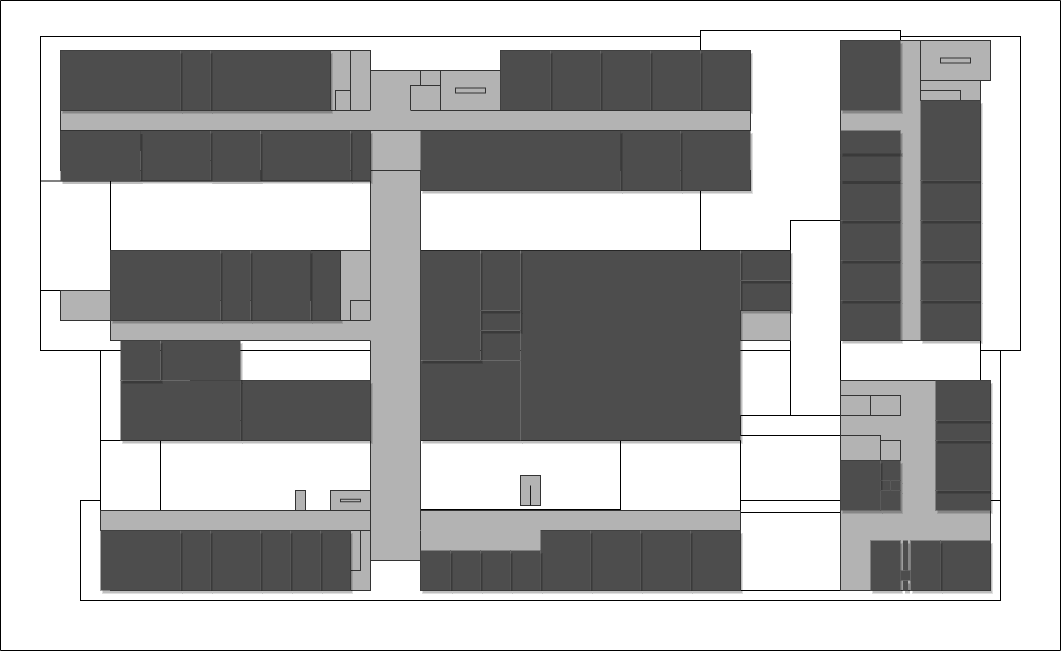
The draw.io diagram src/ask_map/images/1F.drawio.png in OMEGA-himajin/ask-map, before a commit. Source tidied: cells renumbered, new cells last; positions are measured from the earlier drawing's top-left corner, leaving out a move shared by most shapes.
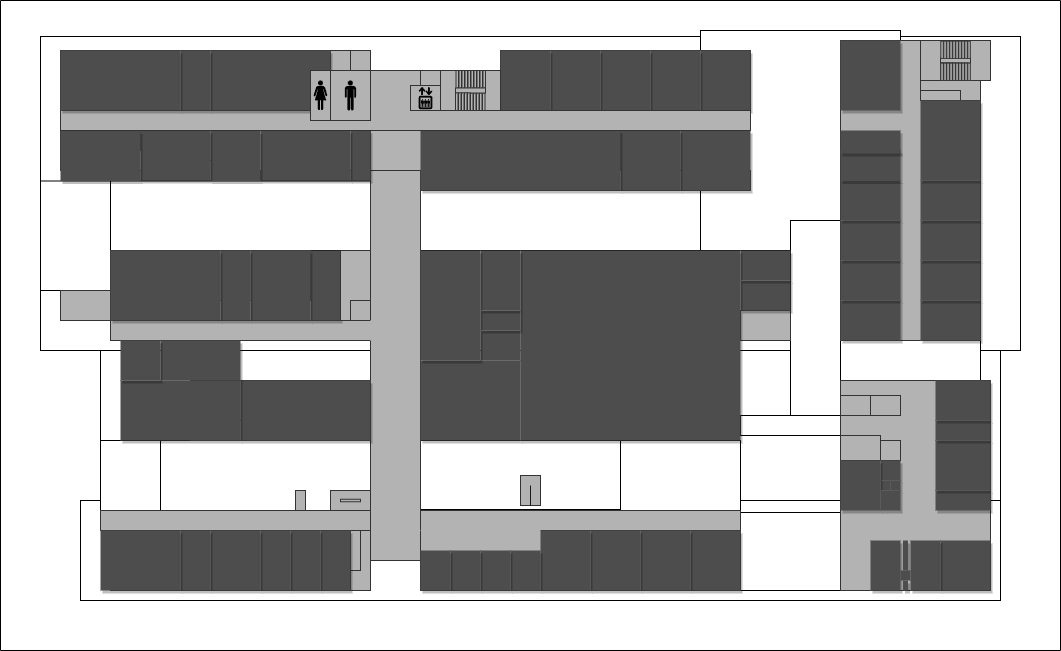
The same file after the commit.

Change to the diagram source:
```diff
@@ -464,5 +464,224 @@
     <mxCell id="155" style="swimlane;startSize=0;" parent="1" vertex="1">
       <mxGeometry width="1060" height="650" as="geometry" />
     </mxCell>
+    <mxCell id="156" style="group;" parent="1" vertex="1">
+      <mxGeometry x="920" y="40" width="70" height="40" as="geometry" />
+    </mxCell>
+    <mxCell id="157" style="rounded=0;whiteSpace=wrap;html=1;strokeColor=#333333;fillColor=#B3B3B3;" parent="156" vertex="1">
+      <mxGeometry width="70" height="40" as="geometry" />
+    </mxCell>
+    <mxCell id="158" style="rounded=0;whiteSpace=wrap;html=1;strokeColor=#333333;fillColor=#B3B3B3;glass=0;" parent="156" vertex="1">
+      <mxGeometry x="20" y="17.5" width="30" height="5" as="geometry" />
+    </mxCell>
+    <mxCell id="159" style="group;" parent="156" vertex="1">
+      <mxGeometry x="20.3" y="22.7" width="33.8" height="17.1" as="geometry" />
+    </mxCell>
+    <mxCell id="160" style="rounded=0;whiteSpace=wrap;html=1;strokeColor=#333333;fillColor=#B3B3B3;glass=0;rotation=90;" parent="159" vertex="1">
+      <mxGeometry x="-4.3" y="7.3" width="17.1" height="2.5" as="geometry" />
+    </mxCell>
+    <mxCell id="161" style="rounded=0;whiteSpace=wrap;html=1;strokeColor=#333333;fillColor=#B3B3B3;glass=0;rotation=90;" parent="159" vertex="1">
+      <mxGeometry x="-1.3" y="7.3" width="17.1" height="2.5" as="geometry" />
+    </mxCell>
+    <mxCell id="162" style="rounded=0;whiteSpace=wrap;html=1;strokeColor=#333333;fillColor=#B3B3B3;glass=0;rotation=90;" parent="159" vertex="1">
+      <mxGeometry x="1.7" y="7.3" width="17.1" height="2.5" as="geometry" />
+    </mxCell>
+    <mxCell id="163" style="rounded=0;whiteSpace=wrap;html=1;strokeColor=#333333;fillColor=#B3B3B3;glass=0;rotation=90;" parent="159" vertex="1">
+      <mxGeometry x="4.7" y="7.3" width="17.1" height="2.5" as="geometry" />
+    </mxCell>
+    <mxCell id="164" style="rounded=0;whiteSpace=wrap;html=1;strokeColor=#333333;fillColor=#B3B3B3;glass=0;rotation=90;" parent="159" vertex="1">
+      <mxGeometry x="7.7" y="7.3" width="17.1" height="2.5" as="geometry" />
+    </mxCell>
+    <mxCell id="165" style="rounded=0;whiteSpace=wrap;html=1;strokeColor=#333333;fillColor=#B3B3B3;glass=0;rotation=90;" parent="159" vertex="1">
+      <mxGeometry x="10.7" y="7.3" width="17.1" height="2.5" as="geometry" />
+    </mxCell>
+    <mxCell id="166" style="rounded=0;whiteSpace=wrap;html=1;strokeColor=#333333;fillColor=#B3B3B3;glass=0;rotation=90;" parent="159" vertex="1">
+      <mxGeometry x="13.7" y="7.3" width="17.1" height="2.5" as="geometry" />
+    </mxCell>
+    <mxCell id="167" style="rounded=0;whiteSpace=wrap;html=1;strokeColor=#333333;fillColor=#B3B3B3;glass=0;rotation=90;" parent="159" vertex="1">
+      <mxGeometry x="16.7" y="7.3" width="17.1" height="2.5" as="geometry" />
+    </mxCell>
+    <mxCell id="168" style="rounded=0;whiteSpace=wrap;html=1;strokeColor=#333333;fillColor=#B3B3B3;glass=0;rotation=90;" parent="159" vertex="1">
+      <mxGeometry x="-7.3" y="7.3" width="17.1" height="2.5" as="geometry" />
+    </mxCell>
+    <mxCell id="169" style="rounded=0;whiteSpace=wrap;html=1;strokeColor=#333333;fillColor=#B3B3B3;glass=0;rotation=90;" parent="159" vertex="1">
+      <mxGeometry x="-7.3" y="7.3" width="17.1" height="2.5" as="geometry" />
+    </mxCell>
+    <mxCell id="170" style="rounded=0;whiteSpace=wrap;html=1;strokeColor=#333333;fillColor=#B3B3B3;glass=0;rotation=90;" parent="159" vertex="1">
+      <mxGeometry x="-4.3" y="7.3" width="17.1" height="2.5" as="geometry" />
+    </mxCell>
+    <mxCell id="171" style="rounded=0;whiteSpace=wrap;html=1;strokeColor=#333333;fillColor=#B3B3B3;glass=0;rotation=90;" parent="159" vertex="1">
+      <mxGeometry x="-1.3" y="7.3" width="17.1" height="2.5" as="geometry" />
+    </mxCell>
+    <mxCell id="172" style="rounded=0;whiteSpace=wrap;html=1;strokeColor=#333333;fillColor=#B3B3B3;glass=0;rotation=90;" parent="159" vertex="1">
+      <mxGeometry x="1.7" y="7.3" width="17.1" height="2.5" as="geometry" />
+    </mxCell>
+    <mxCell id="173" style="rounded=0;whiteSpace=wrap;html=1;strokeColor=#333333;fillColor=#B3B3B3;glass=0;rotation=90;" parent="159" vertex="1">
+      <mxGeometry x="4.7" y="7.3" width="17.1" height="2.5" as="geometry" />
+    </mxCell>
+    <mxCell id="174" style="group;" parent="159" vertex="1">
+      <mxGeometry width="29.5" height="17.1" as="geometry" />
+    </mxCell>
+    <mxCell id="175" style="rounded=0;whiteSpace=wrap;html=1;strokeColor=#333333;fillColor=#B3B3B3;glass=0;rotation=90;" parent="174" vertex="1">
+      <mxGeometry x="19.7" y="7.3" width="17.1" height="2.5" as="geometry" />
+    </mxCell>
+    <mxCell id="176" style="rounded=0;whiteSpace=wrap;html=1;strokeColor=#333333;fillColor=#B3B3B3;glass=0;rotation=90;" parent="174" vertex="1">
+      <mxGeometry x="-7.3" y="7.3" width="17.1" height="2.5" as="geometry" />
+    </mxCell>
+    <mxCell id="177" style="rounded=0;whiteSpace=wrap;html=1;strokeColor=#333333;fillColor=#B3B3B3;glass=0;rotation=90;" parent="174" vertex="1">
+      <mxGeometry x="-4.3" y="7.3" width="17.1" height="2.5" as="geometry" />
+    </mxCell>
+    <mxCell id="178" style="rounded=0;whiteSpace=wrap;html=1;strokeColor=#333333;fillColor=#B3B3B3;glass=0;rotation=90;" parent="174" vertex="1">
+      <mxGeometry x="-1.3" y="7.3" width="17.1" height="2.5" as="geometry" />
+    </mxCell>
+    <mxCell id="179" style="rounded=0;whiteSpace=wrap;html=1;strokeColor=#333333;fillColor=#B3B3B3;glass=0;rotation=90;" parent="174" vertex="1">
+      <mxGeometry x="1.7" y="7.3" width="17.1" height="2.5" as="geometry" />
+    </mxCell>
+    <mxCell id="180" style="rounded=0;whiteSpace=wrap;html=1;strokeColor=#333333;fillColor=#B3B3B3;glass=0;rotation=90;" parent="174" vertex="1">
+      <mxGeometry x="4.7" y="7.3" width="17.1" height="2.5" as="geometry" />
+    </mxCell>
+    <mxCell id="181" style="rounded=0;whiteSpace=wrap;html=1;strokeColor=#333333;fillColor=#B3B3B3;glass=0;rotation=90;" parent="174" vertex="1">
+      <mxGeometry x="7.7" y="7.3" width="17.1" height="2.5" as="geometry" />
+    </mxCell>
+    <mxCell id="182" style="rounded=0;whiteSpace=wrap;html=1;strokeColor=#333333;fillColor=#B3B3B3;glass=0;rotation=90;" parent="174" vertex="1">
+      <mxGeometry x="10.7" y="7.3" width="17.1" height="2.5" as="geometry" />
+    </mxCell>
+    <mxCell id="183" style="rounded=0;whiteSpace=wrap;html=1;strokeColor=#333333;fillColor=#B3B3B3;glass=0;rotation=90;" parent="174" vertex="1">
+      <mxGeometry x="13.7" y="7.3" width="17.1" height="2.5" as="geometry" />
+    </mxCell>
+    <mxCell id="184" style="rounded=0;whiteSpace=wrap;html=1;strokeColor=#333333;fillColor=#B3B3B3;glass=0;rotation=90;" parent="174" vertex="1">
+      <mxGeometry x="16.7" y="7.3" width="17.1" height="2.5" as="geometry" />
+    </mxCell>
+    <mxCell id="185" style="group;" parent="156" vertex="1">
+      <mxGeometry x="20.3" y="0.7" width="29.5" height="17.1" as="geometry" />
+    </mxCell>
+    <mxCell id="186" style="rounded=0;whiteSpace=wrap;html=1;strokeColor=#333333;fillColor=#B3B3B3;glass=0;rotation=90;" parent="185" vertex="1">
+      <mxGeometry x="-4.3" y="7.3" width="17.1" height="2.5" as="geometry" />
+    </mxCell>
+    <mxCell id="187" style="rounded=0;whiteSpace=wrap;html=1;strokeColor=#333333;fillColor=#B3B3B3;glass=0;rotation=90;" parent="185" vertex="1">
+      <mxGeometry x="-1.3" y="7.3" width="17.1" height="2.5" as="geometry" />
+    </mxCell>
+    <mxCell id="188" style="rounded=0;whiteSpace=wrap;html=1;strokeColor=#333333;fillColor=#B3B3B3;glass=0;rotation=90;" parent="185" vertex="1">
+      <mxGeometry x="1.7" y="7.3" width="17.1" height="2.5" as="geometry" />
+    </mxCell>
+    <mxCell id="189" style="rounded=0;whiteSpace=wrap;html=1;strokeColor=#333333;fillColor=#B3B3B3;glass=0;rotation=90;" parent="185" vertex="1">
+      <mxGeometry x="4.7" y="7.3" width="17.1" height="2.5" as="geometry" />
+    </mxCell>
+    <mxCell id="190" style="rounded=0;whiteSpace=wrap;html=1;strokeColor=#333333;fillColor=#B3B3B3;glass=0;rotation=90;" parent="185" vertex="1">
+      <mxGeometry x="7.7" y="7.3" width="17.1" height="2.5" as="geometry" />
+    </mxCell>
+    <mxCell id="191" style="rounded=0;whiteSpace=wrap;html=1;strokeColor=#333333;fillColor=#B3B3B3;glass=0;rotation=90;" parent="185" vertex="1">
+      <mxGeometry x="10.7" y="7.3" width="17.1" height="2.5" as="geometry" />
+    </mxCell>
+    <mxCell id="192" style="rounded=0;whiteSpace=wrap;html=1;strokeColor=#333333;fillColor=#B3B3B3;glass=0;rotation=90;" parent="185" vertex="1">
+      <mxGeometry x="13.7" y="7.3" width="17.1" height="2.5" as="geometry" />
+    </mxCell>
+    <mxCell id="193" style="rounded=0;whiteSpace=wrap;html=1;strokeColor=#333333;fillColor=#B3B3B3;glass=0;rotation=90;" parent="185" vertex="1">
+      <mxGeometry x="16.7" y="7.3" width="17.1" height="2.5" as="geometry" />
+    </mxCell>
+    <mxCell id="194" style="rounded=0;whiteSpace=wrap;html=1;strokeColor=#333333;fillColor=#B3B3B3;glass=0;rotation=90;" parent="185" vertex="1">
+      <mxGeometry x="19.7" y="7.3" width="17.1" height="2.5" as="geometry" />
+    </mxCell>
+    <mxCell id="195" style="rounded=0;whiteSpace=wrap;html=1;strokeColor=#333333;fillColor=#B3B3B3;glass=0;rotation=90;" parent="185" vertex="1">
+      <mxGeometry x="-7.3" y="7.3" width="17.1" height="2.5" as="geometry" />
+    </mxCell>
+    <mxCell id="196" style="group;" parent="1" vertex="1">
+      <mxGeometry x="310" y="70" width="60" height="50" as="geometry" />
+    </mxCell>
+    <mxCell id="197" style="group;" parent="196" vertex="1">
+      <mxGeometry x="20" width="40" height="50" as="geometry" />
+    </mxCell>
+    <mxCell id="198" style="rounded=0;whiteSpace=wrap;html=1;strokeColor=#333333;fillColor=#B3B3B3;" parent="197" vertex="1">
+      <mxGeometry width="40" height="50" as="geometry" />
+    </mxCell>
+    <mxCell id="199" style="shape=mxgraph.signs.people.man_1;html=1;fillColor=#000000;strokeColor=none;verticalLabelPosition=bottom;verticalAlign=top;align=center;" parent="197" vertex="1">
+      <mxGeometry x="14.3" y="10" width="11.3" height="30" as="geometry" />
+    </mxCell>
+    <mxCell id="200" style="group;" parent="196" vertex="1">
+      <mxGeometry width="20" height="50" as="geometry" />
+    </mxCell>
+    <mxCell id="201" style="rounded=0;whiteSpace=wrap;html=1;strokeColor=#333333;fillColor=#B3B3B3;" parent="200" vertex="1">
+      <mxGeometry width="20" height="50" as="geometry" />
+    </mxCell>
+    <mxCell id="202" style="shape=mxgraph.signs.people.woman_1;html=1;fillColor=#000000;strokeColor=none;verticalLabelPosition=bottom;verticalAlign=top;align=center;" parent="200" vertex="1">
+      <mxGeometry x="2.8" y="10" width="14.4" height="30" as="geometry" />
+    </mxCell>
+    <mxCell id="203" style="group;" parent="1" vertex="1">
+      <mxGeometry x="410" y="85" width="30" height="25" as="geometry" />
+    </mxCell>
+    <mxCell id="204" style="rounded=0;whiteSpace=wrap;html=1;strokeColor=#333333;fillColor=#B3B3B3;" parent="203" vertex="1">
+      <mxGeometry width="30" height="25" as="geometry" />
+    </mxCell>
+    <mxCell id="205" style="shape=mxgraph.signs.travel.elevator;html=1;fillColor=#000000;strokeColor=none;verticalLabelPosition=bottom;verticalAlign=top;align=center;" parent="203" vertex="1">
+      <mxGeometry x="7.7" y="1.2" width="14.6" height="22.5" as="geometry" />
+    </mxCell>
+    <mxCell id="206" style="group;" parent="1" vertex="1">
+      <mxGeometry x="440" y="70" width="60" height="40" as="geometry" />
+    </mxCell>
+    <mxCell id="207" style="rounded=0;whiteSpace=wrap;html=1;strokeColor=#333333;fillColor=#B3B3B3;" parent="206" vertex="1">
+      <mxGeometry width="60" height="40" as="geometry" />
+    </mxCell>
+    <mxCell id="208" style="rounded=0;whiteSpace=wrap;html=1;strokeColor=#333333;fillColor=#B3B3B3;glass=0;direction=south;" parent="206" vertex="1">
+      <mxGeometry x="30" y="22.5" width="2.5" height="17.5" as="geometry" />
+    </mxCell>
+    <mxCell id="209" style="rounded=0;whiteSpace=wrap;html=1;strokeColor=#333333;fillColor=#B3B3B3;glass=0;direction=south;" parent="206" vertex="1">
+      <mxGeometry x="33" y="22.5" width="2.5" height="17.5" as="geometry" />
+    </mxCell>
+    <mxCell id="210" style="rounded=0;whiteSpace=wrap;html=1;strokeColor=#333333;fillColor=#B3B3B3;glass=0;direction=south;" parent="206" vertex="1">
+      <mxGeometry x="36" y="22.5" width="2.5" height="17.5" as="geometry" />
+    </mxCell>
+    <mxCell id="211" style="rounded=0;whiteSpace=wrap;html=1;strokeColor=#333333;fillColor=#B3B3B3;glass=0;direction=south;" parent="206" vertex="1">
+      <mxGeometry x="39" y="22.5" width="2.5" height="17.5" as="geometry" />
+    </mxCell>
+    <mxCell id="212" style="rounded=0;whiteSpace=wrap;html=1;strokeColor=#333333;fillColor=#B3B3B3;glass=0;direction=south;" parent="206" vertex="1">
+      <mxGeometry x="42" y="22.5" width="2.5" height="17.5" as="geometry" />
+    </mxCell>
+    <mxCell id="213" style="rounded=0;whiteSpace=wrap;html=1;strokeColor=#333333;fillColor=#B3B3B3;glass=0;direction=south;" parent="206" vertex="1">
+      <mxGeometry x="42.5" width="2.5" height="17.5" as="geometry" />
+    </mxCell>
+    <mxCell id="214" style="rounded=0;whiteSpace=wrap;html=1;strokeColor=#333333;fillColor=#B3B3B3;glass=0;direction=south;" parent="206" vertex="1">
+      <mxGeometry x="39.5" width="2.5" height="17.5" as="geometry" />
+    </mxCell>
+    <mxCell id="215" style="rounded=0;whiteSpace=wrap;html=1;strokeColor=#333333;fillColor=#B3B3B3;glass=0;direction=south;" parent="206" vertex="1">
+      <mxGeometry x="36.5" width="2.5" height="17.5" as="geometry" />
+    </mxCell>
+    <mxCell id="216" style="rounded=0;whiteSpace=wrap;html=1;strokeColor=#333333;fillColor=#B3B3B3;glass=0;direction=south;" parent="206" vertex="1">
+      <mxGeometry x="33.5" width="2.5" height="17.5" as="geometry" />
+    </mxCell>
+    <mxCell id="217" style="rounded=0;whiteSpace=wrap;html=1;strokeColor=#333333;fillColor=#B3B3B3;glass=0;direction=south;" parent="206" vertex="1">
+      <mxGeometry x="30.5" width="2.5" height="17.5" as="geometry" />
+    </mxCell>
+    <mxCell id="218" style="rounded=0;whiteSpace=wrap;html=1;strokeColor=#333333;fillColor=#B3B3B3;glass=0;direction=south;" parent="206" vertex="1">
+      <mxGeometry x="27.5" width="2.5" height="17.5" as="geometry" />
+    </mxCell>
+    <mxCell id="219" style="rounded=0;whiteSpace=wrap;html=1;strokeColor=#333333;fillColor=#B3B3B3;glass=0;direction=south;" parent="206" vertex="1">
+      <mxGeometry x="24.5" width="2.5" height="17.5" as="geometry" />
+    </mxCell>
+    <mxCell id="220" style="rounded=0;whiteSpace=wrap;html=1;strokeColor=#333333;fillColor=#B3B3B3;glass=0;direction=south;" parent="206" vertex="1">
+      <mxGeometry x="21.5" width="2.5" height="17.5" as="geometry" />
+    </mxCell>
+    <mxCell id="221" style="rounded=0;whiteSpace=wrap;html=1;strokeColor=#333333;fillColor=#B3B3B3;glass=0;direction=south;" parent="206" vertex="1">
+      <mxGeometry x="18.5" width="2.5" height="17.5" as="geometry" />
+    </mxCell>
+    <mxCell id="222" style="rounded=0;whiteSpace=wrap;html=1;strokeColor=#333333;fillColor=#B3B3B3;glass=0;direction=south;" parent="206" vertex="1">
+      <mxGeometry x="15.5" width="2.5" height="17.5" as="geometry" />
+    </mxCell>
+    <mxCell id="223" style="rounded=0;whiteSpace=wrap;html=1;strokeColor=#333333;fillColor=#B3B3B3;glass=0;" parent="206" vertex="1">
+      <mxGeometry x="15" y="17.5" width="30" height="5" as="geometry" />
+    </mxCell>
+    <mxCell id="224" style="rounded=0;whiteSpace=wrap;html=1;strokeColor=#333333;fillColor=#B3B3B3;glass=0;direction=south;" parent="206" vertex="1">
+      <mxGeometry x="15" y="22.5" width="2.5" height="17.5" as="geometry" />
+    </mxCell>
+    <mxCell id="225" style="rounded=0;whiteSpace=wrap;html=1;strokeColor=#333333;fillColor=#B3B3B3;glass=0;direction=south;" parent="206" vertex="1">
+      <mxGeometry x="18" y="22.5" width="2.5" height="17.5" as="geometry" />
+    </mxCell>
+    <mxCell id="226" style="rounded=0;whiteSpace=wrap;html=1;strokeColor=#333333;fillColor=#B3B3B3;glass=0;direction=south;" parent="206" vertex="1">
+      <mxGeometry x="21" y="22.5" width="2.5" height="17.5" as="geometry" />
+    </mxCell>
+    <mxCell id="227" style="rounded=0;whiteSpace=wrap;html=1;strokeColor=#333333;fillColor=#B3B3B3;glass=0;direction=south;" parent="206" vertex="1">
+      <mxGeometry x="24" y="22.5" width="2.5" height="17.5" as="geometry" />
+    </mxCell>
+    <mxCell id="228" style="rounded=0;whiteSpace=wrap;html=1;strokeColor=#333333;fillColor=#B3B3B3;glass=0;direction=south;" parent="206" vertex="1">
+      <mxGeometry x="27" y="22.5" width="2.5" height="17.5" as="geometry" />
+    </mxCell>
   </root>
 </mxGraphModel>
```
